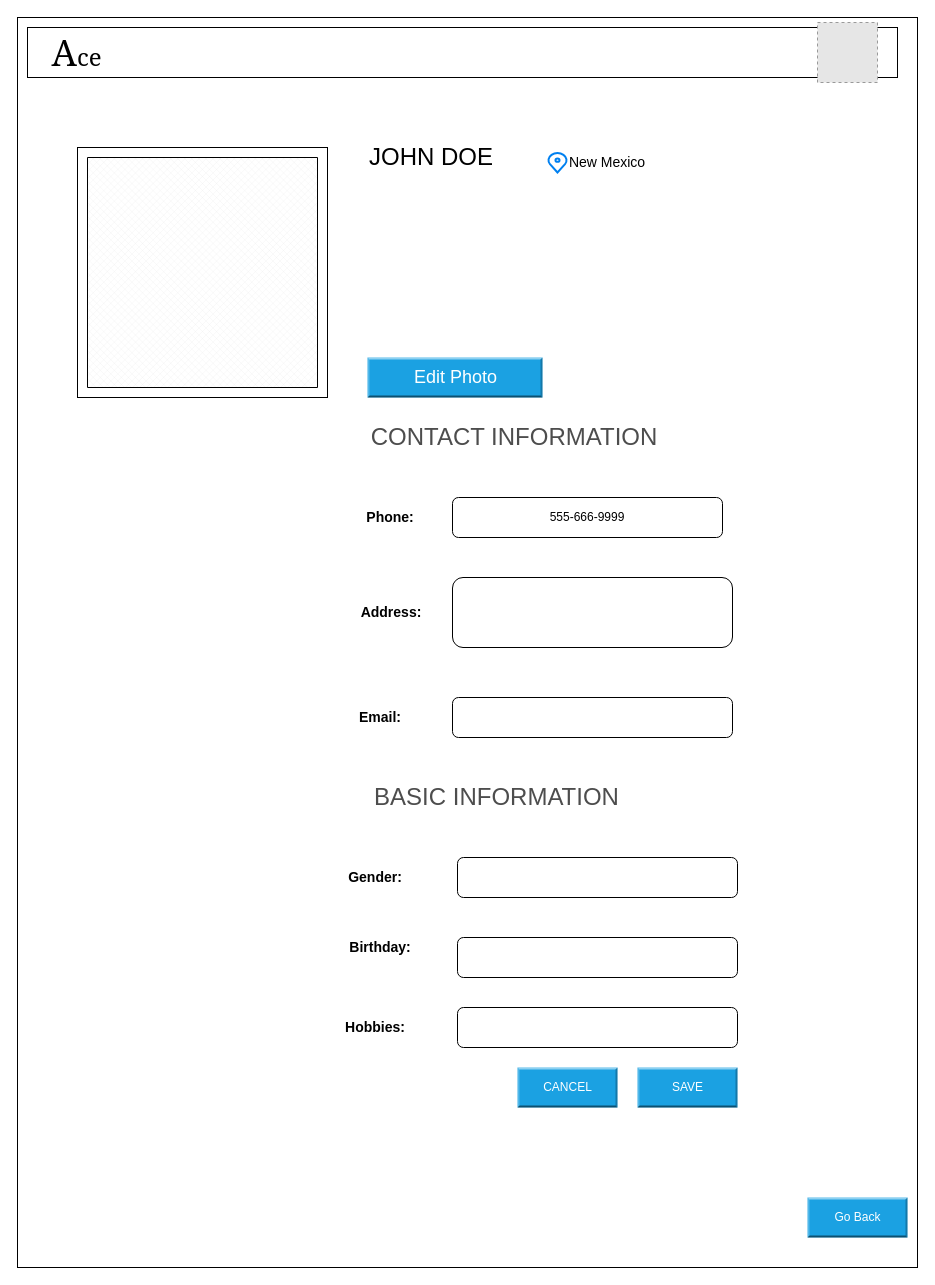
The draw.io diagram EditProfile.drawio in opeyemi-jonah/Ace-challenge, before the edit. Source tidied: cells renumbered, new cells numbered last; positions are measured from the earlier drawing's top-left corner, leaving out a move shared by most shapes. Both pictures are drawn from the tidied source at 100%, with x=0, y=0 at pixel (17, 17). Pictures stored in the file or linked from it are replaced by grey dashed boxes.
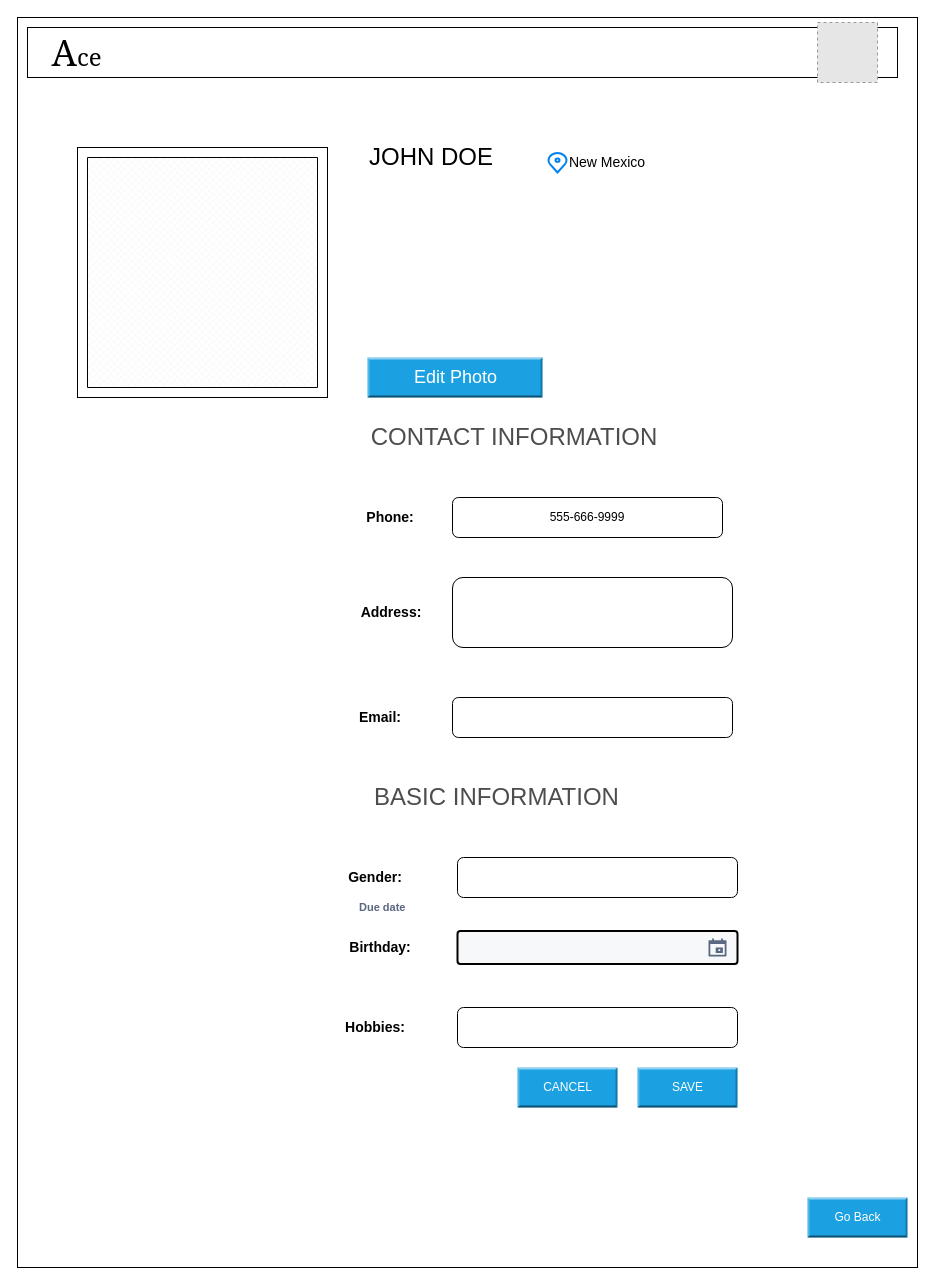
The same page after the edit.

Commit message:
added date field to birthday label

What changed in the source:
```diff
@@
-    <mxCell id="19" style="rounded=1;whiteSpace=wrap;html=1;fillColor=#FFFFFF;" parent="1" vertex="1">
-      <mxGeometry x="440" y="920" width="280" height="40" as="geometry" />
-    </mxCell>
@@
+    <mxCell id="30" value="Due date" style="fillColor=none;strokeColor=none;html=1;fontSize=11;fontStyle=0;align=left;fontColor=#596780;fontStyle=1;fontSize=11;" parent="1" vertex="1">
+      <mxGeometry x="340" y="880" width="240" height="20" as="geometry" />
+    </mxCell>
+    <mxCell id="31" style="rounded=1;arcSize=9;fillColor=#F7F8F9;align=left;spacingLeft=5;html=1;strokeWidth=2;fontColor=#596780;fontSize=12;" parent="1" vertex="1">
+      <mxGeometry x="440" y="913.5" width="280" height="33" as="geometry" />
+    </mxCell>
+    <mxCell id="32" style="shape=mxgraph.gmdl.calendar;fillColor=#5A6881;strokeColor=none;" parent="31" vertex="1">
+      <mxGeometry x="1" y="0.5" width="18" height="18" relative="1" as="geometry">
+        <mxPoint x="-29" y="-9" as="offset" />
+      </mxGeometry>
+    </mxCell>
```
